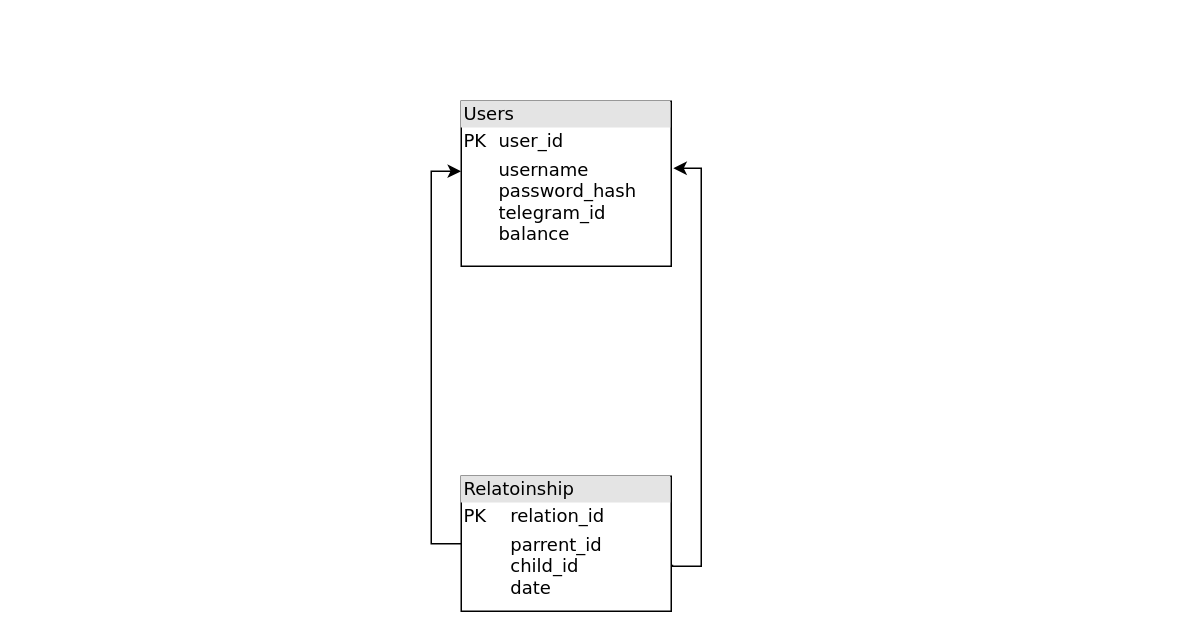
Earlier version of the draw.io diagram DatabaseDiagram.drawio (FREE-ACCSESS-INTERNET/Source_DataBase). Source tidied: cells renumbered, new cells numbered last; positions are measured from the earlier drawing's top-left corner, leaving out a move shared by most shapes. Both pictures are drawn from the tidied source at 150%, with x=0, y=0 at pixel (460, 100).
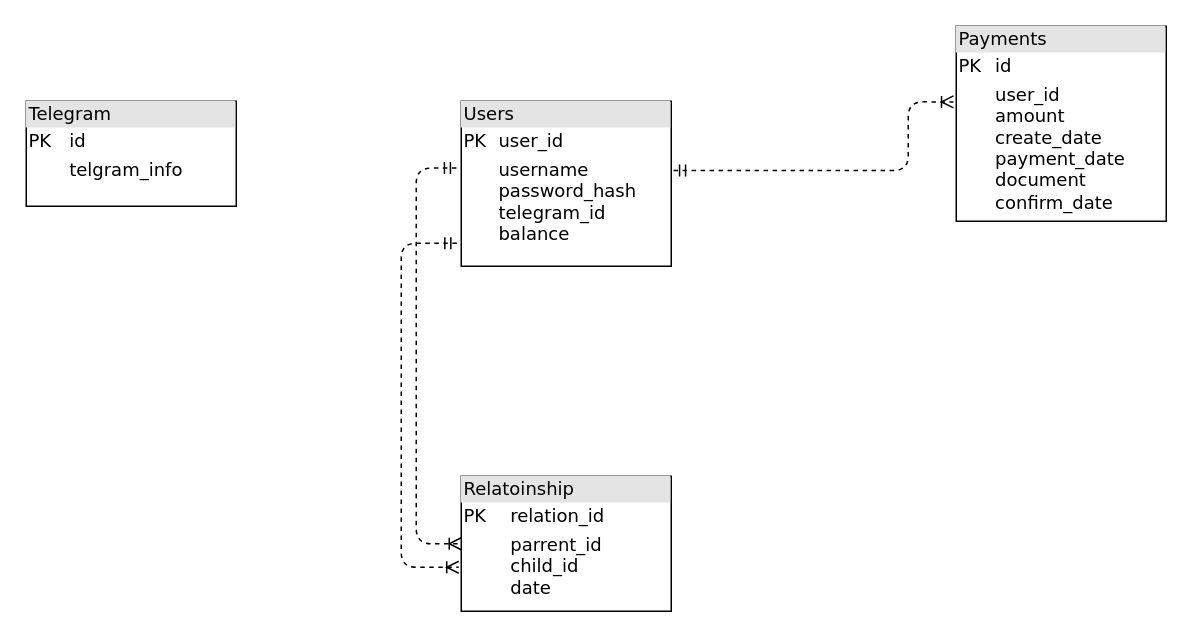
The same page after the edit.

What changed in the source:
```diff
@@
 <mxGraphModel>
   <root>
     <mxCell id="0" />
     <mxCell id="1" parent="0" />
     <mxCell id="2" value="&lt;div style=&quot;box-sizing:border-box;width:100%;background:#e4e4e4;padding:2px;&quot;&gt;Users&lt;/div&gt;&lt;table style=&quot;width:100%;font-size:1em;&quot; cellpadding=&quot;2&quot; cellspacing=&quot;0&quot;&gt;&lt;tbody&gt;&lt;tr&gt;&lt;td&gt;PK&lt;/td&gt;&lt;td&gt;user_id&lt;/td&gt;&lt;/tr&gt;&lt;tr&gt;&lt;td&gt;&lt;br&gt;&lt;/td&gt;&lt;td&gt;username&lt;br&gt;password_hash&lt;br&gt;telegram_id&lt;br&gt;balance&lt;br&gt;&lt;br&gt;&lt;/td&gt;&lt;/tr&gt;&lt;tr&gt;&lt;td&gt;&lt;/td&gt;&lt;td&gt;&lt;br&gt;&lt;/td&gt;&lt;/tr&gt;&lt;/tbody&gt;&lt;/table&gt;" style="verticalAlign=top;align=left;overflow=fill;html=1;rounded=0;shadow=0;comic=0;labelBackgroundColor=none;strokeWidth=1;fontFamily=Verdana;fontSize=12;" parent="1" vertex="1">
       <mxGeometry width="140" height="110" as="geometry" />
     </mxCell>
-    <mxCell id="3" style="edgeStyle=orthogonalEdgeStyle;rounded=0;jettySize=auto;html=1;exitX=0;exitY=0.5;exitDx=0;exitDy=0;entryX=-0.001;entryY=0.424;entryDx=0;entryDy=0;entryPerimeter=0;" parent="1" edge="1" source="4" target="2">
-      <mxGeometry relative="1" as="geometry" />
-    </mxCell>
     <mxCell id="4" value="&lt;div style=&quot;box-sizing:border-box;width:100%;background:#e4e4e4;padding:2px;&quot;&gt;Relatoinship&lt;/div&gt;&lt;table style=&quot;width:100%;font-size:1em;&quot; cellpadding=&quot;2&quot; cellspacing=&quot;0&quot;&gt;&lt;tbody&gt;&lt;tr&gt;&lt;td&gt;PK&lt;/td&gt;&lt;td&gt;relation_id&lt;/td&gt;&lt;/tr&gt;&lt;tr&gt;&lt;td&gt;&lt;br&gt;&lt;/td&gt;&lt;td&gt;parrent_id&lt;br&gt;child_id&lt;br&gt;date&lt;br&gt;&lt;br&gt;&lt;/td&gt;&lt;/tr&gt;&lt;tr&gt;&lt;td&gt;&lt;/td&gt;&lt;td&gt;&lt;br&gt;&lt;/td&gt;&lt;/tr&gt;&lt;/tbody&gt;&lt;/table&gt;" style="verticalAlign=top;align=left;overflow=fill;html=1;rounded=0;shadow=0;comic=0;labelBackgroundColor=none;strokeWidth=1;fontFamily=Verdana;fontSize=12;" parent="1" vertex="1">
       <mxGeometry y="250" width="140" height="90" as="geometry" />
     </mxCell>
-    <mxCell id="5" style="edgeStyle=orthogonalEdgeStyle;rounded=0;jettySize=auto;html=1;exitX=1.006;exitY=0.655;exitDx=0;exitDy=0;exitPerimeter=0;entryX=1.01;entryY=0.406;entryDx=0;entryDy=0;entryPerimeter=0;" parent="1" edge="1" source="4" target="2">
-      <mxGeometry relative="1" as="geometry">
-        <Array as="points">
-          <mxPoint x="141" y="310" />
-          <mxPoint x="160" y="310" />
-          <mxPoint x="160" y="45" />
-        </Array>
-      </mxGeometry>
-    </mxCell>
+    <mxCell id="6" value="&lt;div style=&quot;box-sizing:border-box;width:100%;background:#e4e4e4;padding:2px;&quot;&gt;Telegram&lt;/div&gt;&lt;table style=&quot;width:100%;font-size:1em;&quot; cellpadding=&quot;2&quot; cellspacing=&quot;0&quot;&gt;&lt;tbody&gt;&lt;tr&gt;&lt;td&gt;PK&lt;/td&gt;&lt;td&gt;id&lt;/td&gt;&lt;/tr&gt;&lt;tr&gt;&lt;td&gt;&lt;br&gt;&lt;/td&gt;&lt;td&gt;telgram_info&lt;br&gt;&lt;br&gt;&lt;/td&gt;&lt;/tr&gt;&lt;tr&gt;&lt;td&gt;&lt;/td&gt;&lt;td&gt;&lt;br&gt;&lt;/td&gt;&lt;/tr&gt;&lt;/tbody&gt;&lt;/table&gt;" style="verticalAlign=top;align=left;overflow=fill;html=1;rounded=0;shadow=0;comic=0;labelBackgroundColor=none;strokeWidth=1;fontFamily=Verdana;fontSize=12;" parent="1" vertex="1">
+      <mxGeometry x="-290" width="140" height="70" as="geometry" />
+    </mxCell>
+    <mxCell id="7" value="&lt;div style=&quot;box-sizing:border-box;width:100%;background:#e4e4e4;padding:2px;&quot;&gt;Payments&lt;/div&gt;&lt;table style=&quot;width:100%;font-size:1em;&quot; cellpadding=&quot;2&quot; cellspacing=&quot;0&quot;&gt;&lt;tbody&gt;&lt;tr&gt;&lt;td&gt;PK&lt;/td&gt;&lt;td&gt;id&lt;/td&gt;&lt;/tr&gt;&lt;tr&gt;&lt;td&gt;&lt;br&gt;&lt;/td&gt;&lt;td&gt;user_id&lt;br&gt;amount&lt;br&gt;create_date&lt;br&gt;payment_date&lt;br&gt;document&lt;br&gt;confirm_date&lt;br&gt;&lt;br&gt;&lt;br&gt;&lt;/td&gt;&lt;/tr&gt;&lt;tr&gt;&lt;td&gt;&lt;/td&gt;&lt;td&gt;&lt;br&gt;&lt;/td&gt;&lt;/tr&gt;&lt;/tbody&gt;&lt;/table&gt;" style="verticalAlign=top;align=left;overflow=fill;html=1;rounded=0;shadow=0;comic=0;labelBackgroundColor=none;strokeWidth=1;fontFamily=Verdana;fontSize=12;" parent="1" vertex="1">
+      <mxGeometry x="330" y="-50" width="140" height="130" as="geometry" />
+    </mxCell>
+    <mxCell id="8" style="edgeStyle=orthogonalEdgeStyle;html=1;dashed=1;labelBackgroundColor=none;startArrow=ERmandOne;endArrow=ERoneToMany;fontFamily=Verdana;fontSize=12;align=left;exitX=1.011;exitY=0.42;exitDx=0;exitDy=0;exitPerimeter=0;entryX=-0.013;entryY=0.388;entryDx=0;entryDy=0;entryPerimeter=0;" parent="1" edge="1" source="2" target="7">
+      <mxGeometry relative="1" as="geometry">
+        <Array as="points">
+          <mxPoint x="298" y="46" />
+        </Array>
+      </mxGeometry>
+    </mxCell>
+    <mxCell id="9" style="edgeStyle=orthogonalEdgeStyle;html=1;dashed=1;labelBackgroundColor=none;startArrow=ERmandOne;endArrow=ERoneToMany;fontFamily=Verdana;fontSize=12;align=left;exitX=-0.023;exitY=0.405;exitDx=0;exitDy=0;exitPerimeter=0;entryX=0;entryY=0.5;entryDx=0;entryDy=0;" parent="1" edge="1" source="2" target="4">
+      <mxGeometry relative="1" as="geometry">
+        <Array as="points">
+          <mxPoint x="-30" y="45" />
+          <mxPoint x="-30" y="295" />
+        </Array>
+      </mxGeometry>
+    </mxCell>
+    <mxCell id="10" style="edgeStyle=orthogonalEdgeStyle;html=1;dashed=1;labelBackgroundColor=none;startArrow=ERmandOne;endArrow=ERoneToMany;fontFamily=Verdana;fontSize=12;align=left;entryX=-0.012;entryY=0.674;entryDx=0;entryDy=0;entryPerimeter=0;exitX=-0.021;exitY=0.861;exitDx=0;exitDy=0;exitPerimeter=0;" parent="1" edge="1" source="2" target="4">
+      <mxGeometry relative="1" as="geometry">
+        <Array as="points">
+          <mxPoint x="-40" y="95" />
+          <mxPoint x="-40" y="311" />
+        </Array>
+      </mxGeometry>
+    </mxCell>
   </root>
 </mxGraphModel>
```
